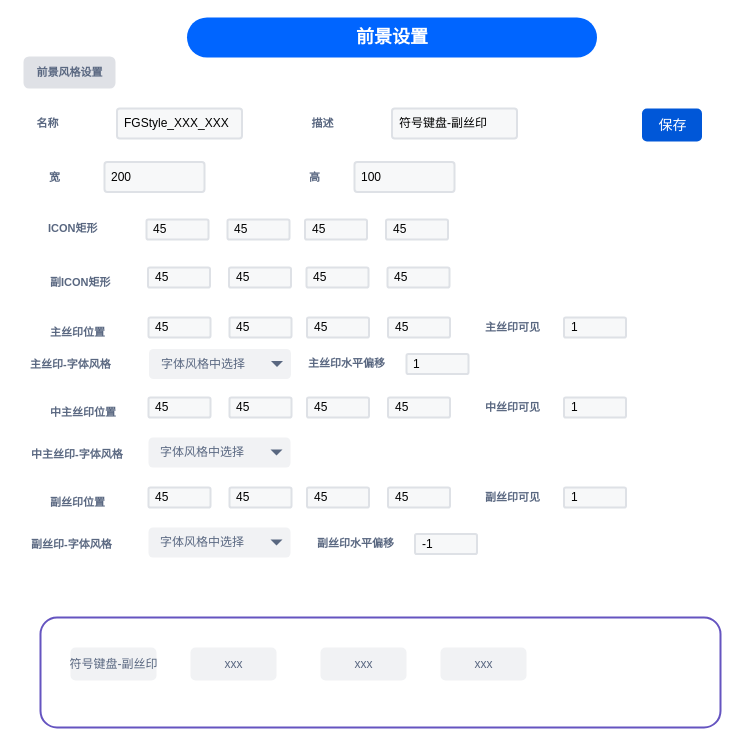
Above: layout-editor/前景风格设置.drawio in chonglv/charts (draw.io), before the change. Source tidied: cells renumbered, new cells numbered last; positions are measured from the earlier drawing's top-left corner, leaving out a move shared by most shapes. Both pictures are drawn from the tidied source at 100%, with x=0, y=0 at pixel (16, 17).
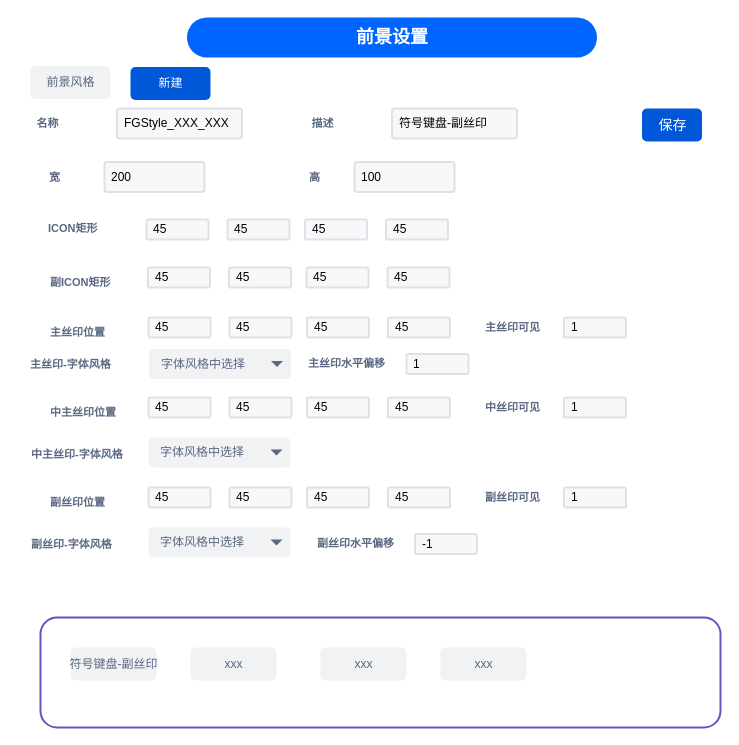
Above is the later version.

Commit message:
更新前景风格设置.drawio

The edit, as a diff of the source:
```diff
@@
-    <mxCell id="12" value="&lt;span style=&quot;color: rgb(89 , 103 , 128) ; font-size: 11px ; text-align: left&quot;&gt;前景风格设置&lt;/span&gt;" style="dashed=0;html=1;rounded=1;fillColor=#DFE1E6;strokeColor=#DFE1E6;fontSize=12;align=center;fontStyle=1;strokeWidth=2;fontColor=#42526E;" parent="1" vertex="1">
-      <mxGeometry x="8" y="40" width="90" height="30" as="geometry" />
-    </mxCell>
@@
+    <mxCell id="62" value="新建" style="rounded=1;fillColor=#0057D8;align=center;strokeColor=none;html=1;fontColor=#ffffff;fontSize=12;" parent="1" vertex="1">
+      <mxGeometry x="114" y="49.5" width="80" height="33" as="geometry" />
+    </mxCell>
+    <mxCell id="63" value="前景风格" style="rounded=1;align=center;fillColor=#F1F2F4;strokeColor=none;html=1;fontColor=#596780;fontSize=12;" parent="1" vertex="1">
+      <mxGeometry x="14" y="48.5" width="80" height="33" as="geometry" />
+    </mxCell>
```
